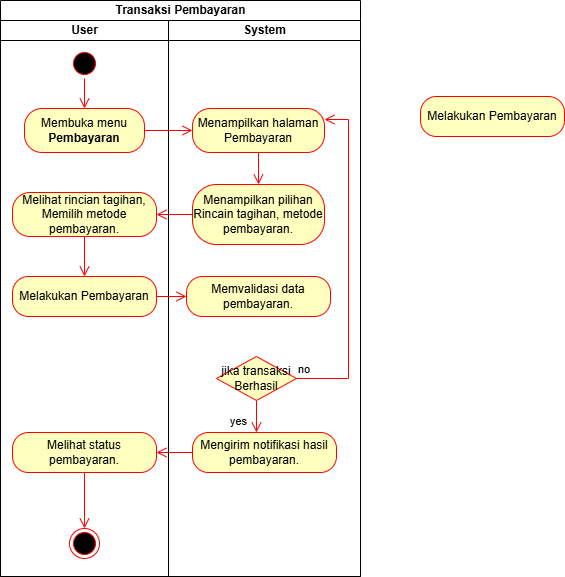
muhammadyusuf21-zip/Dokumentasi keeps this draw.io diagram as Transaksi Pembayaran.drawio.png. Above is the earlier version. Source tidied: cells renumbered, new cells last; positions are measured from the earlier drawing's top-left corner, leaving out a move shared by most shapes.
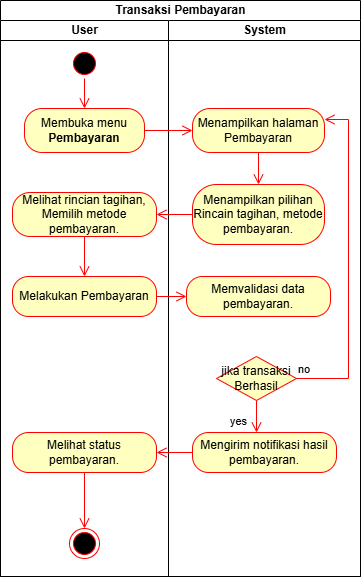
Above is the later version.

Change to the diagram source:
```diff
@@ -81,8 +81,5 @@
     <mxCell id="25" style="edgeStyle=orthogonalEdgeStyle;html=1;verticalAlign=bottom;endArrow=open;endSize=8;strokeColor=#ff0000;rounded=0;exitX=0;exitY=0.5;exitDx=0;exitDy=0;entryX=1;entryY=0.5;entryDx=0;entryDy=0;" parent="2" edge="1" source="21" target="10">
       <mxGeometry relative="1" as="geometry" />
     </mxCell>
-    <mxCell id="26" value="Melakukan Pembayaran" style="rounded=1;whiteSpace=wrap;html=1;arcSize=40;fontColor=#000000;fillColor=#ffffc0;strokeColor=#ff0000;" parent="1" vertex="1">
-      <mxGeometry x="420" y="96" width="144" height="40" as="geometry" />
-    </mxCell>
   </root>
 </mxGraphModel>
```
